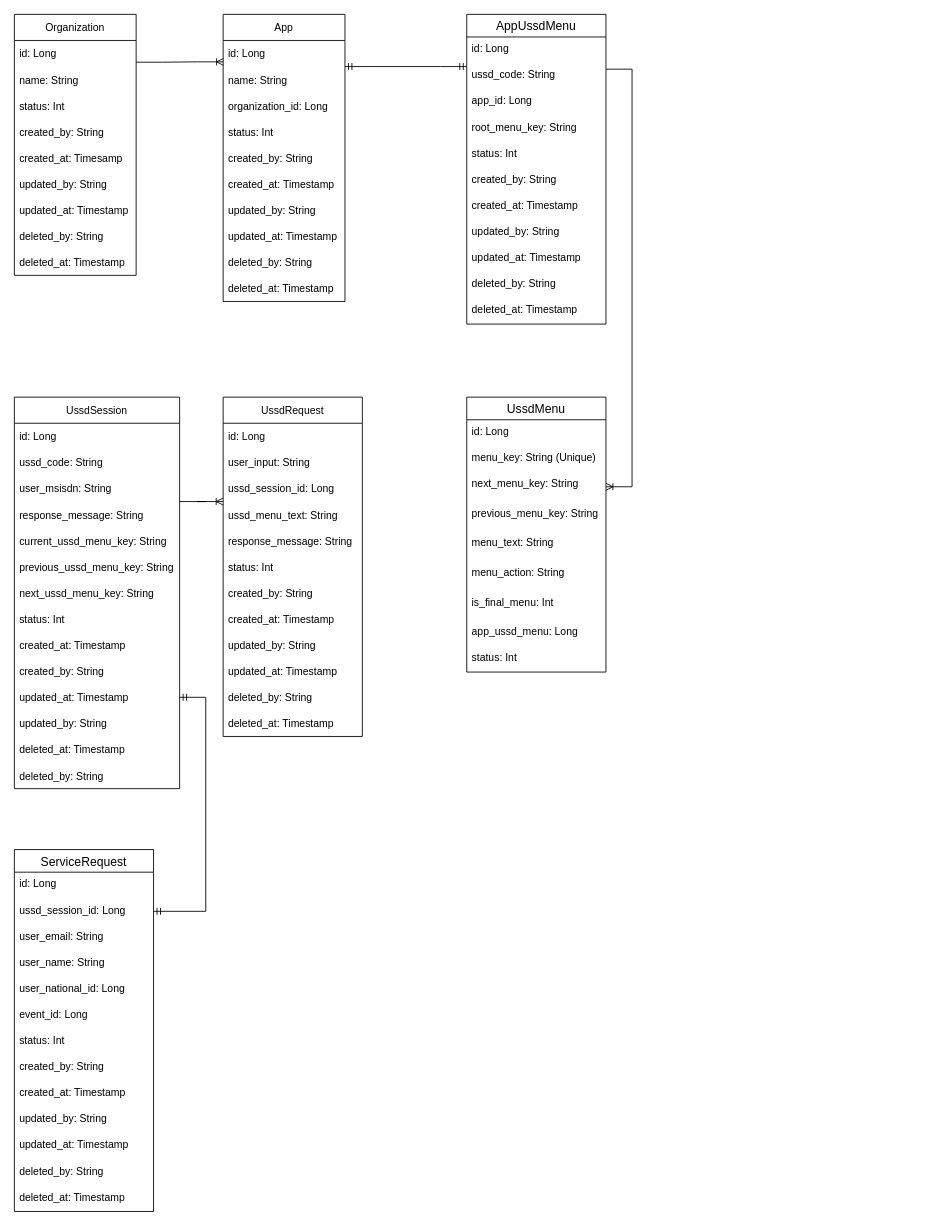
The draw.io diagram page "ERD" (1 of 3) of USSD ERD.drawio in GitauSam/kappa, before the edit. Source tidied: cells renumbered, new cells numbered last; positions are measured from the earlier drawing's top-left corner, leaving out a move shared by most shapes. Both pictures are drawn from the tidied source at 87%, with x=0, y=0 at pixel (14, 14).
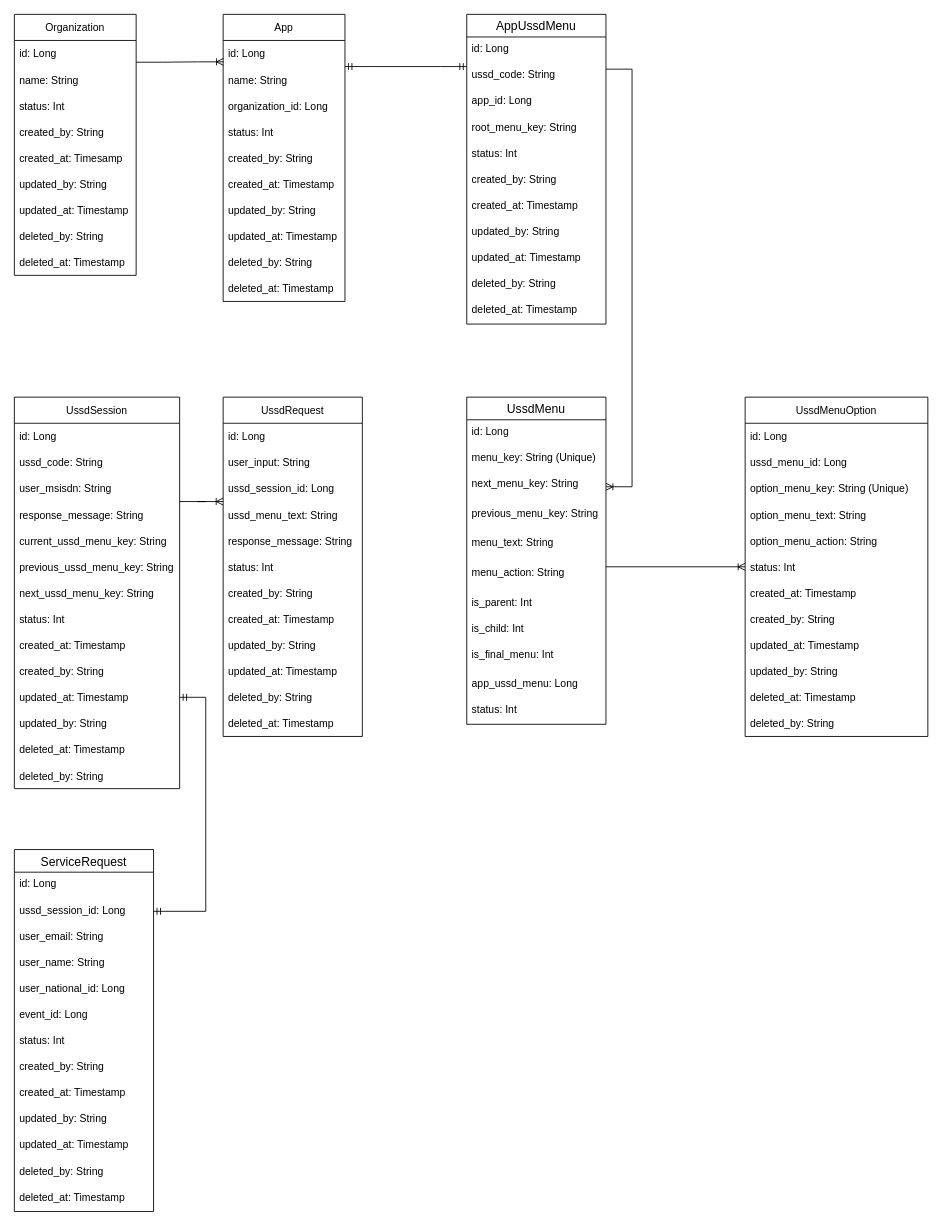
The same page after the edit.

Change to the diagram source:
```diff
@@
     <mxCell id="24" value="UssdMenu" style="swimlane;fontStyle=0;horizontal=1;startSize=26;align=center;fontSize=14;" parent="1" vertex="1">
-      <mxGeometry x="520" y="440" width="160" height="316" as="geometry" />
+      <mxGeometry x="520" y="440" width="160" height="376" as="geometry" />
     </mxCell>
@@
+    <mxCell id="92" value="is_parent: Int" style="text;strokeColor=none;fillColor=none;spacingLeft=4;spacingRight=4;overflow=hidden;fontSize=12;" parent="24" vertex="1">
+      <mxGeometry y="222" width="160" height="30" as="geometry" />
+    </mxCell>
+    <mxCell id="93" value="is_child: Int" style="text;strokeColor=none;fillColor=none;spacingLeft=4;spacingRight=4;overflow=hidden;fontSize=12;" parent="24" vertex="1">
+      <mxGeometry y="252" width="160" height="30" as="geometry" />
+    </mxCell>
     <mxCell id="31" value="is_final_menu: Int" style="text;strokeColor=none;fillColor=none;spacingLeft=4;spacingRight=4;overflow=hidden;fontSize=12;" parent="24" vertex="1">
-      <mxGeometry y="222" width="160" height="34" as="geometry" />
+      <mxGeometry y="282" width="160" height="34" as="geometry" />
     </mxCell>
     <mxCell id="32" value="app_ussd_menu: Long" style="text;strokeColor=none;fillColor=none;spacingLeft=4;spacingRight=4;overflow=hidden;fontSize=12;" parent="24" vertex="1">
-      <mxGeometry y="256" width="160" height="30" as="geometry" />
+      <mxGeometry y="316" width="160" height="30" as="geometry" />
     </mxCell>
     <mxCell id="33" value="status: Int" style="text;strokeColor=none;fillColor=none;spacingLeft=4;spacingRight=4;overflow=hidden;fontSize=12;" parent="24" vertex="1">
-      <mxGeometry y="286" width="160" height="30" as="geometry" />
+      <mxGeometry y="346" width="160" height="30" as="geometry" />
     </mxCell>
@@
+    <mxCell id="94" value="UssdMenuOption" style="swimlane;fontStyle=0;horizontal=1;startSize=30;" parent="1" vertex="1">
+      <mxGeometry x="840" y="440" width="210" height="390" as="geometry" />
+    </mxCell>
+    <mxCell id="95" value="id: Long" style="text;strokeColor=none;fillColor=none;align=left;verticalAlign=middle;spacingLeft=4;spacingRight=4;overflow=hidden;" parent="94" vertex="1">
+      <mxGeometry y="30" width="210" height="30" as="geometry" />
+    </mxCell>
+    <mxCell id="96" value="ussd_menu_id: Long" style="text;strokeColor=none;fillColor=none;align=left;verticalAlign=middle;spacingLeft=4;spacingRight=4;overflow=hidden;" parent="94" vertex="1">
+      <mxGeometry y="60" width="210" height="30" as="geometry" />
+    </mxCell>
+    <mxCell id="97" value="option_menu_key: String (Unique)" style="text;strokeColor=none;fillColor=none;align=left;verticalAlign=middle;spacingLeft=4;spacingRight=4;overflow=hidden;" parent="94" vertex="1">
+      <mxGeometry y="90" width="210" height="30" as="geometry" />
+    </mxCell>
+    <mxCell id="98" value="option_menu_text: String" style="text;strokeColor=none;fillColor=none;align=left;verticalAlign=middle;spacingLeft=4;spacingRight=4;overflow=hidden;" parent="94" vertex="1">
+      <mxGeometry y="120" width="210" height="30" as="geometry" />
+    </mxCell>
+    <mxCell id="99" value="option_menu_action: String" style="text;strokeColor=none;fillColor=none;align=left;verticalAlign=middle;spacingLeft=4;spacingRight=4;overflow=hidden;" parent="94" vertex="1">
+      <mxGeometry y="150" width="210" height="30" as="geometry" />
+    </mxCell>
+    <mxCell id="100" value="status: Int" style="text;strokeColor=none;fillColor=none;align=left;verticalAlign=middle;spacingLeft=4;spacingRight=4;overflow=hidden;points=[[0,0.5],[1,0.5]];portConstraint=eastwest;" parent="94" vertex="1">
+      <mxGeometry y="180" width="210" height="30" as="geometry" />
+    </mxCell>
+    <mxCell id="101" value="created_at: Timestamp" style="text;strokeColor=none;fillColor=none;align=left;verticalAlign=middle;spacingLeft=4;spacingRight=4;overflow=hidden;" parent="94" vertex="1">
+      <mxGeometry y="210" width="210" height="30" as="geometry" />
+    </mxCell>
+    <mxCell id="102" value="created_by: String" style="text;strokeColor=none;fillColor=none;align=left;verticalAlign=middle;spacingLeft=4;spacingRight=4;overflow=hidden;" parent="94" vertex="1">
+      <mxGeometry y="240" width="210" height="30" as="geometry" />
+    </mxCell>
+    <mxCell id="103" value="updated_at: Timestamp" style="text;strokeColor=none;fillColor=none;align=left;verticalAlign=middle;spacingLeft=4;spacingRight=4;overflow=hidden;" parent="94" vertex="1">
+      <mxGeometry y="270" width="210" height="30" as="geometry" />
+    </mxCell>
+    <mxCell id="104" value="updated_by: String" style="text;strokeColor=none;fillColor=none;align=left;verticalAlign=middle;spacingLeft=4;spacingRight=4;overflow=hidden;" parent="94" vertex="1">
+      <mxGeometry y="300" width="210" height="30" as="geometry" />
+    </mxCell>
+    <mxCell id="105" value="deleted_at: Timestamp" style="text;strokeColor=none;fillColor=none;align=left;verticalAlign=middle;spacingLeft=4;spacingRight=4;overflow=hidden;" parent="94" vertex="1">
+      <mxGeometry y="330" width="210" height="30" as="geometry" />
+    </mxCell>
+    <mxCell id="106" value="deleted_by: String" style="text;strokeColor=none;fillColor=none;align=left;verticalAlign=middle;spacingLeft=4;spacingRight=4;overflow=hidden;" parent="94" vertex="1">
+      <mxGeometry y="360" width="210" height="30" as="geometry" />
+    </mxCell>
+    <mxCell id="107" style="edgeStyle=entityRelationEdgeStyle;fontSize=12;html=1;endArrow=ERoneToMany;rounded=0;entryX=0;entryY=0.5;entryDx=0;entryDy=0;" parent="1" edge="1" target="100">
+      <mxGeometry relative="1" as="geometry">
+        <mxPoint x="680" y="635" as="sourcePoint" />
+      </mxGeometry>
+    </mxCell>
```
